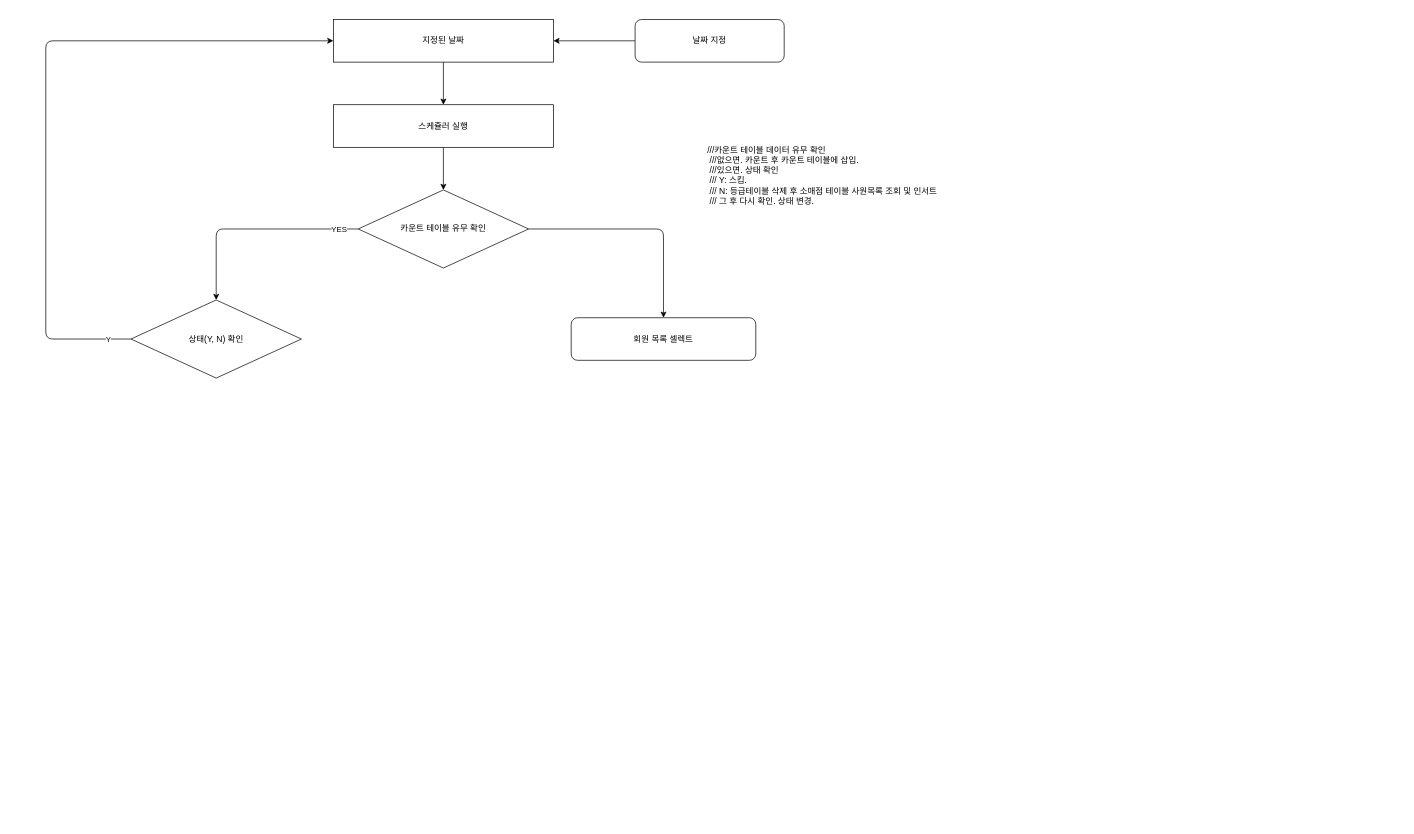
Earlier version of the draw.io diagram Untitled Diagram.drawio (lchj333/Algorism_practice). Source tidied: cells renumbered, new cells numbered last; positions are measured from the earlier drawing's top-left corner, leaving out a move shared by most shapes. Both pictures are drawn from the tidied source at 71%, with x=0, y=0 at pixel (45, 19).
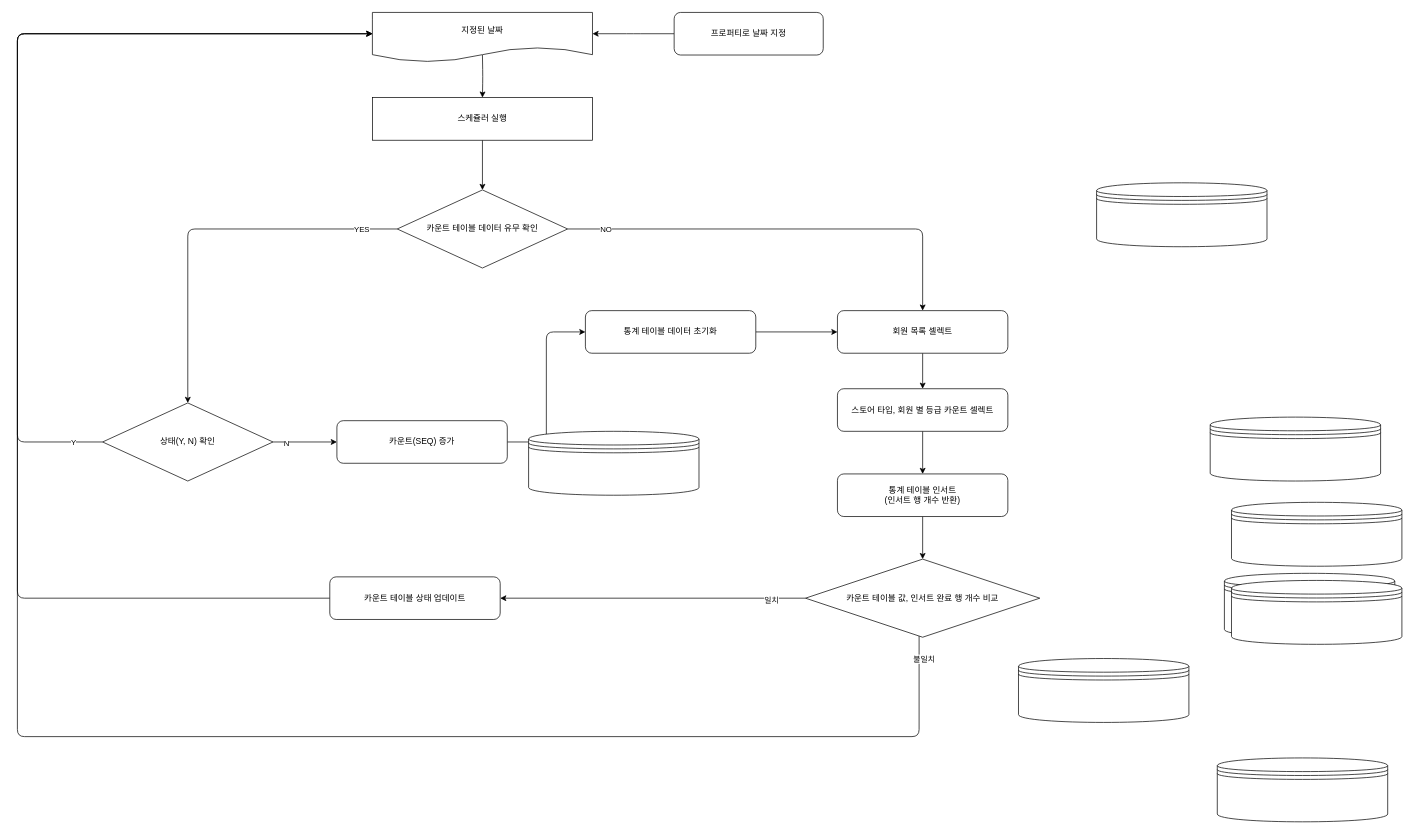
Above is the later version.

Unchanged cells that the change refers to:
```xml
<mxCell id="5" style="edgeStyle=orthogonalEdgeStyle;curved=0;rounded=1;sketch=0;jettySize=auto;html=1;" parent="1" edge="1" source="6" target="13">
  <mxGeometry relative="1" as="geometry" />
</mxCell>
```

What changed in the source:
```diff
@@
-    <mxCell id="2" value="///카운트 테이블 데이터 유무 확인 &lt;br&gt;&amp;nbsp;///없으면. 카운트 후 카운트 테이블에 삽입. &lt;br&gt;&amp;nbsp;///있으면. 상태 확인 &lt;br&gt;&amp;nbsp;/// Y: 스킵.&lt;br&gt;&amp;nbsp;/// N: 등급테이블 삭제 후 소매점 테이블 사원목록 조회 및 인서트 &lt;br&gt;&amp;nbsp;///    그 후 다시 확인. 상태 변경." style="text;whiteSpace=wrap;html=1;" parent="1" vertex="1">
-      <mxGeometry x="930" y="170" width="370" height="120" as="geometry" />
-    </mxCell>
@@
+    <mxCell id="17" value="NO" style="edgeLabel;html=1;align=center;verticalAlign=middle;" parent="5" vertex="1">
+      <mxGeometry x="-0.78" relative="1" as="geometry">
+        <mxPoint x="-15" as="offset" />
+      </mxGeometry>
+    </mxCell>
-    <mxCell id="6" value="카운트 테이블 유무 확인" style="rhombus;whiteSpace=wrap;html=1;rounded=0;sketch=0;" parent="1" vertex="1">
-      <mxGeometry x="440" y="240" width="240" height="110" as="geometry" />
+    <mxCell id="6" value="카운트 테이블 데이터 유무 확인" style="rhombus;whiteSpace=wrap;html=1;rounded=0;sketch=0;" parent="1" vertex="1">
+      <mxGeometry x="495" y="240" width="240" height="110" as="geometry" />
     </mxCell>
-    <mxCell id="7" style="edgeStyle=orthogonalEdgeStyle;curved=0;rounded=1;sketch=0;jettySize=auto;html=1;" parent="1" edge="1" source="8" target="10">
-      <mxGeometry relative="1" as="geometry" />
+    <mxCell id="7" style="edgeStyle=orthogonalEdgeStyle;curved=0;rounded=1;sketch=0;jettySize=auto;html=1;" parent="1" edge="1" target="10">
+      <mxGeometry relative="1" as="geometry">
+        <mxPoint x="615" y="50" as="sourcePoint" />
+      </mxGeometry>
     </mxCell>
-    <mxCell id="8" value="지정된 날짜" style="rounded=0;whiteSpace=wrap;html=1;sketch=0;" parent="1" vertex="1">
-      <mxGeometry x="405" width="310" height="60" as="geometry" />
-    </mxCell>
@@
     <mxCell id="10" value="스케쥴러 실행" style="rounded=0;whiteSpace=wrap;html=1;sketch=0;" parent="1" vertex="1">
-      <mxGeometry x="405" y="120" width="310" height="60" as="geometry" />
+      <mxGeometry x="460" y="110" width="310" height="60" as="geometry" />
     </mxCell>
-    <mxCell id="11" style="edgeStyle=orthogonalEdgeStyle;curved=0;rounded=1;sketch=0;jettySize=auto;html=1;" parent="1" edge="1" source="12" target="8">
-      <mxGeometry relative="1" as="geometry" />
+    <mxCell id="11" style="edgeStyle=orthogonalEdgeStyle;curved=0;rounded=1;sketch=0;jettySize=auto;html=1;" parent="1" edge="1" source="12">
+      <mxGeometry relative="1" as="geometry">
+        <mxPoint x="770" y="20" as="targetPoint" />
+      </mxGeometry>
     </mxCell>
-    <mxCell id="12" value="날짜 지정" style="rounded=1;whiteSpace=wrap;html=1;sketch=0;" parent="1" vertex="1">
-      <mxGeometry x="830" width="210" height="60" as="geometry" />
+    <mxCell id="12" value="프로퍼티로 날짜 지정" style="rounded=1;whiteSpace=wrap;html=1;sketch=0;" parent="1" vertex="1">
+      <mxGeometry x="885" y="-10" width="210" height="60" as="geometry" />
     </mxCell>
+    <mxCell id="18" style="edgeStyle=orthogonalEdgeStyle;curved=0;rounded=1;sketch=0;jettySize=auto;html=1;" parent="1" edge="1" source="13" target="30">
+      <mxGeometry relative="1" as="geometry" />
+    </mxCell>
     <mxCell id="13" value="회원 목록 셀렉트" style="rounded=1;whiteSpace=wrap;html=1;sketch=0;" parent="1" vertex="1">
-      <mxGeometry x="740" y="420" width="260" height="60" as="geometry" />
+      <mxGeometry x="1115" y="410" width="240" height="60" as="geometry" />
     </mxCell>
-    <mxCell id="14" style="edgeStyle=orthogonalEdgeStyle;curved=0;rounded=1;sketch=0;jettySize=auto;html=1;entryX=0;entryY=0.5;entryDx=0;entryDy=0;" parent="1" edge="1" source="16" target="8">
+    <mxCell id="14" style="edgeStyle=orthogonalEdgeStyle;curved=0;rounded=1;sketch=0;jettySize=auto;html=1;entryX=0;entryY=0.5;entryDx=0;entryDy=0;" parent="1" edge="1" source="16">
       <mxGeometry relative="1" as="geometry">
+        <mxPoint x="460" y="20" as="targetPoint" />
         <Array as="points">
-          <mxPoint y="450" />
-          <mxPoint y="30" />
+          <mxPoint x="-40" y="595" />
+          <mxPoint x="-40" y="20" />
         </Array>
       </mxGeometry>
     </mxCell>
@@
+    <mxCell id="19" style="edgeStyle=orthogonalEdgeStyle;curved=0;rounded=1;sketch=0;jettySize=auto;html=1;" parent="1" edge="1" source="16" target="22">
+      <mxGeometry relative="1" as="geometry" />
+    </mxCell>
+    <mxCell id="20" value="N" style="edgeLabel;html=1;align=center;verticalAlign=middle;" parent="19" vertex="1">
+      <mxGeometry x="-0.6" y="-1" relative="1" as="geometry" />
+    </mxCell>
     <mxCell id="16" value="상태(Y, N) 확인" style="rhombus;whiteSpace=wrap;html=1;rounded=0;sketch=0;" parent="1" vertex="1">
-      <mxGeometry x="120" y="395" width="240" height="110" as="geometry" />
+      <mxGeometry x="80" y="540" width="240" height="110" as="geometry" />
     </mxCell>
+    <mxCell id="21" style="edgeStyle=orthogonalEdgeStyle;curved=0;rounded=1;sketch=0;jettySize=auto;html=1;entryX=0;entryY=0.5;entryDx=0;entryDy=0;" parent="1" edge="1" source="22" target="24">
+      <mxGeometry relative="1" as="geometry" />
+    </mxCell>
+    <mxCell id="22" value="카운트(SEQ) 증가" style="rounded=1;whiteSpace=wrap;html=1;sketch=0;" parent="1" vertex="1">
+      <mxGeometry x="410" y="565" width="240" height="60" as="geometry" />
+    </mxCell>
+    <mxCell id="23" style="edgeStyle=orthogonalEdgeStyle;curved=0;rounded=1;sketch=0;jettySize=auto;html=1;entryX=0;entryY=0.5;entryDx=0;entryDy=0;" parent="1" edge="1" source="24" target="13">
+      <mxGeometry relative="1" as="geometry" />
+    </mxCell>
+    <mxCell id="24" value="통계 테이블 데이터 초기화" style="rounded=1;whiteSpace=wrap;html=1;sketch=0;" parent="1" vertex="1">
+      <mxGeometry x="760" y="410" width="240" height="60" as="geometry" />
+    </mxCell>
+    <mxCell id="25" style="edgeStyle=orthogonalEdgeStyle;curved=0;rounded=1;sketch=0;jettySize=auto;html=1;entryX=0;entryY=0.5;entryDx=0;entryDy=0;" parent="1" edge="1" source="26">
+      <mxGeometry relative="1" as="geometry">
+        <mxPoint x="460" y="20" as="targetPoint" />
+        <Array as="points">
+          <mxPoint x="-40" y="815" />
+          <mxPoint x="-40" y="20" />
+        </Array>
+      </mxGeometry>
+    </mxCell>
+    <mxCell id="26" value="카운트 테이블 상태 업데이트" style="rounded=1;whiteSpace=wrap;html=1;sketch=0;" parent="1" vertex="1">
+      <mxGeometry x="400" y="785" width="240" height="60" as="geometry" />
+    </mxCell>
+    <mxCell id="27" style="edgeStyle=orthogonalEdgeStyle;curved=0;rounded=1;sketch=0;jettySize=auto;html=1;entryX=0.5;entryY=0;entryDx=0;entryDy=0;" parent="1" edge="1" source="28" target="35">
+      <mxGeometry relative="1" as="geometry" />
+    </mxCell>
+    <mxCell id="28" value="통계 테이블 인서트&lt;br&gt;(인서트 행 개수 반환)" style="rounded=1;whiteSpace=wrap;html=1;sketch=0;" parent="1" vertex="1">
+      <mxGeometry x="1115" y="640" width="240" height="60" as="geometry" />
+    </mxCell>
+    <mxCell id="29" style="edgeStyle=orthogonalEdgeStyle;curved=0;rounded=1;sketch=0;jettySize=auto;html=1;" parent="1" edge="1" source="30" target="28">
+      <mxGeometry relative="1" as="geometry" />
+    </mxCell>
+    <mxCell id="30" value="스토어 타입, 회원 별 등급 카운트 셀렉트" style="rounded=1;whiteSpace=wrap;html=1;sketch=0;" parent="1" vertex="1">
+      <mxGeometry x="1115" y="520" width="240" height="60" as="geometry" />
+    </mxCell>
+    <mxCell id="31" style="edgeStyle=orthogonalEdgeStyle;curved=0;rounded=1;sketch=0;jettySize=auto;html=1;" parent="1" edge="1" source="35" target="26">
+      <mxGeometry relative="1" as="geometry" />
+    </mxCell>
+    <mxCell id="32" value="일치" style="edgeLabel;html=1;align=center;verticalAlign=middle;" parent="31" vertex="1">
+      <mxGeometry x="-0.77" y="2" relative="1" as="geometry" />
+    </mxCell>
+    <mxCell id="33" style="edgeStyle=orthogonalEdgeStyle;curved=0;rounded=1;sketch=0;jettySize=auto;html=1;entryX=0;entryY=0.5;entryDx=0;entryDy=0;" parent="1" edge="1" source="35">
+      <mxGeometry relative="1" as="geometry">
+        <mxPoint x="460" y="20" as="targetPoint" />
+        <Array as="points">
+          <mxPoint x="1230" y="1010" />
+          <mxPoint x="-40" y="1010" />
+          <mxPoint x="-40" y="20" />
+        </Array>
+      </mxGeometry>
+    </mxCell>
+    <mxCell id="34" value="불일치" style="edgeLabel;html=1;align=center;verticalAlign=middle;" parent="33" vertex="1">
+      <mxGeometry x="-0.76" y="-2" relative="1" as="geometry">
+        <mxPoint x="212.6" y="-108" as="offset" />
+      </mxGeometry>
+    </mxCell>
+    <mxCell id="35" value="카운트 테이블 값, 인서트 완료 행 개수 비교" style="rhombus;whiteSpace=wrap;html=1;rounded=0;sketch=0;" parent="1" vertex="1">
+      <mxGeometry x="1070" y="760" width="330" height="110" as="geometry" />
+    </mxCell>
+    <mxCell id="8" value="&lt;span&gt;지정된 날짜&lt;/span&gt;" style="shape=document;whiteSpace=wrap;html=1;boundedLbl=1;rounded=0;sketch=0;" parent="1" vertex="1">
+      <mxGeometry x="460" y="-10" width="310" height="70" as="geometry" />
+    </mxCell>
+    <mxCell id="36" style="shape=datastore;whiteSpace=wrap;html=1;rounded=0;sketch=0;" parent="1" vertex="1">
+      <mxGeometry x="1670" y="680" width="240" height="90" as="geometry" />
+    </mxCell>
+    <mxCell id="37" style="shape=datastore;whiteSpace=wrap;html=1;rounded=0;sketch=0;" parent="1" vertex="1">
+      <mxGeometry x="1640" y="560" width="240" height="90" as="geometry" />
+    </mxCell>
+    <mxCell id="38" style="shape=datastore;whiteSpace=wrap;html=1;rounded=0;sketch=0;" parent="1" vertex="1">
+      <mxGeometry x="1660" y="780" width="240" height="90" as="geometry" />
+    </mxCell>
+    <mxCell id="39" style="shape=datastore;whiteSpace=wrap;html=1;rounded=0;sketch=0;" parent="1" vertex="1">
+      <mxGeometry x="1670" y="790" width="240" height="90" as="geometry" />
+    </mxCell>
+    <mxCell id="40" style="shape=datastore;whiteSpace=wrap;html=1;rounded=0;sketch=0;" parent="1" vertex="1">
+      <mxGeometry x="680" y="580" width="240" height="90" as="geometry" />
+    </mxCell>
+    <mxCell id="41" style="shape=datastore;whiteSpace=wrap;html=1;rounded=0;sketch=0;" parent="1" vertex="1">
+      <mxGeometry x="1370" y="900" width="240" height="90" as="geometry" />
+    </mxCell>
+    <mxCell id="42" style="shape=datastore;whiteSpace=wrap;html=1;rounded=0;sketch=0;" parent="1" vertex="1">
+      <mxGeometry x="1650" y="1040" width="240" height="90" as="geometry" />
+    </mxCell>
+    <mxCell id="43" style="shape=datastore;whiteSpace=wrap;html=1;rounded=0;sketch=0;" parent="1" vertex="1">
+      <mxGeometry x="1480" y="230" width="240" height="90" as="geometry" />
+    </mxCell>
```
